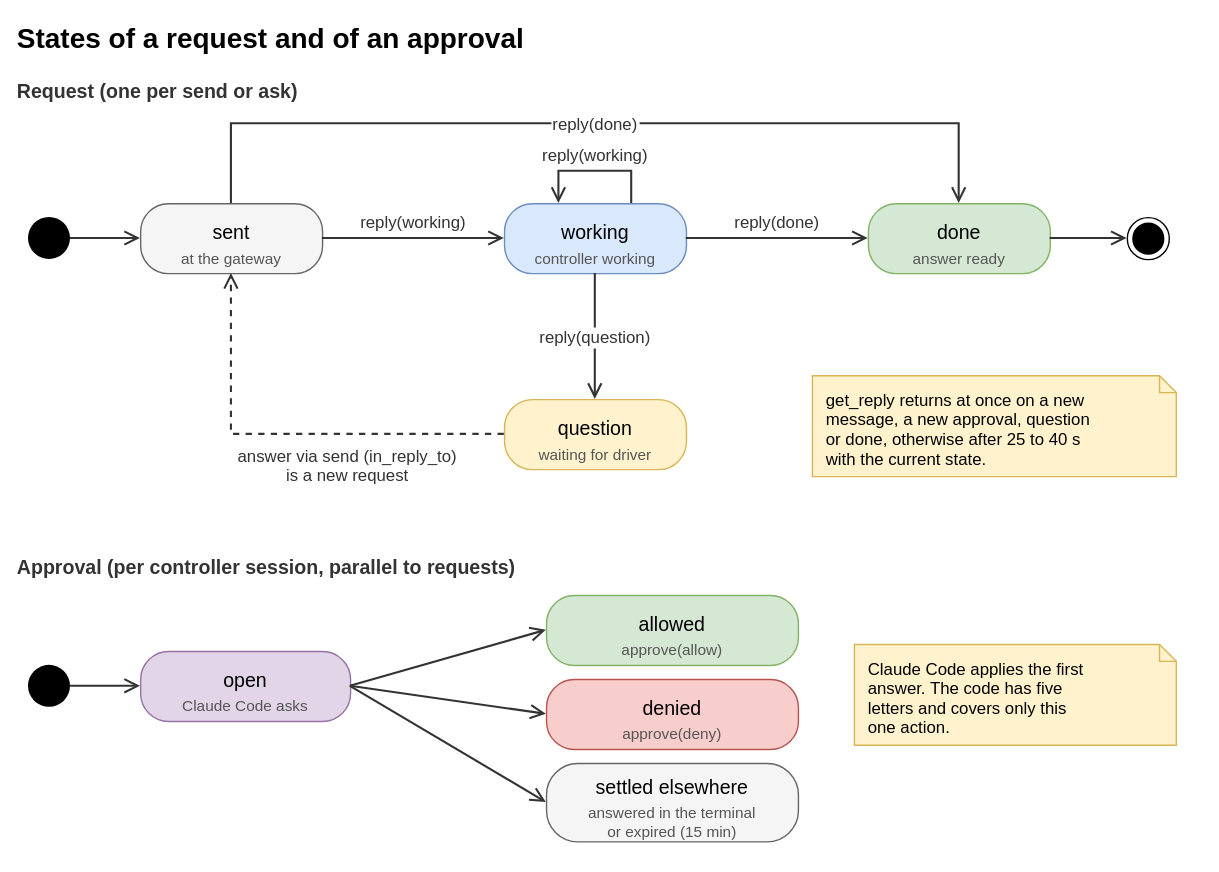
Above: docs/states.drawio.svg in alderg/cc-voice-gateway (draw.io), before the change. Source tidied: cells renumbered, new cells last; positions are measured from the earlier drawing's top-left corner, leaving out a move shared by most shapes.
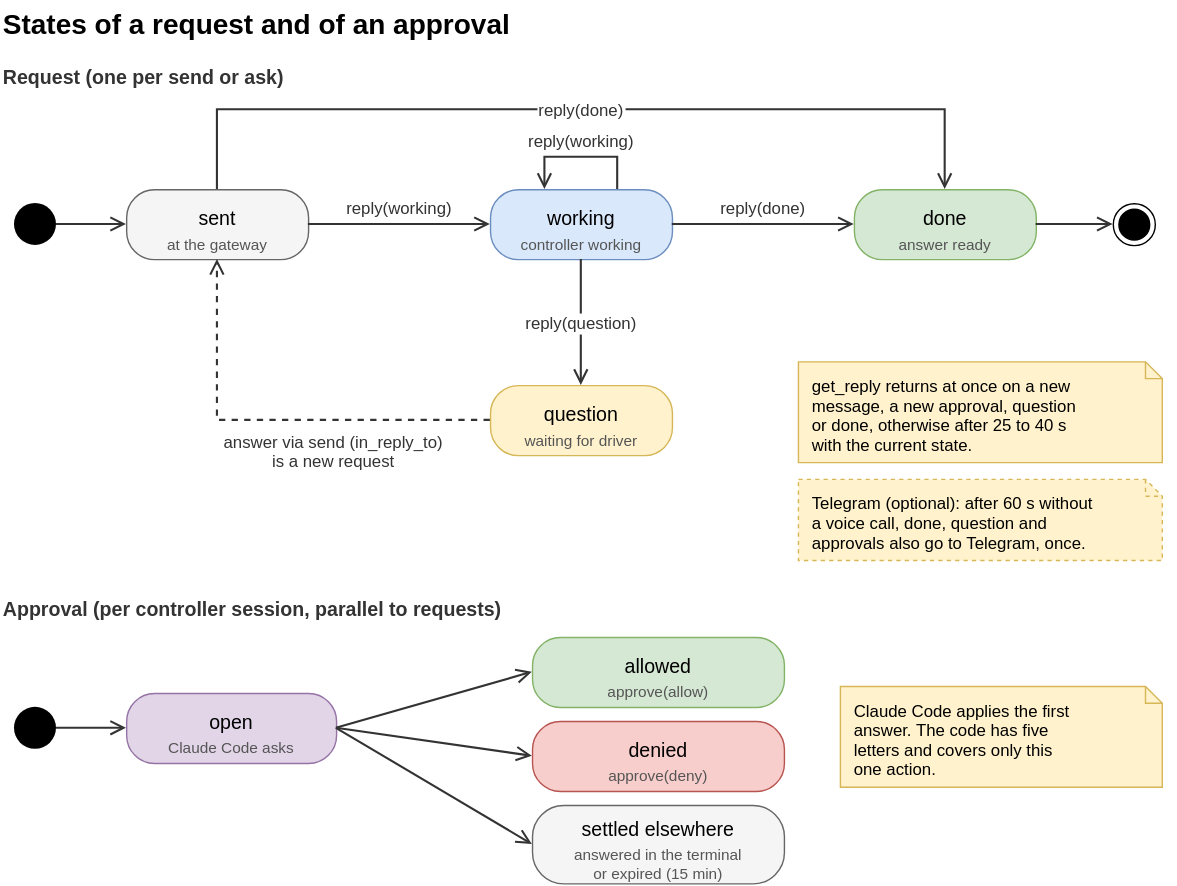
Above is the later version.

Commit message:
README and diagrams: the optional Telegram fallback

Change to the diagram source:
```diff
@@ -41,38 +41,41 @@
     <mxCell id="14" value="get_reply returns at once on a new&#10;message, a new approval, question&#10;or done, otherwise after 25 to 40 s&#10;with the current state." style="shape=note;size=12;html=0;fontSize=12;align=left;verticalAlign=top;spacingLeft=8;spacingTop=4;fillColor=#fff2cc;strokeColor=#d6b656;" parent="1" vertex="1">
       <mxGeometry x="570" y="258" width="260" height="72" as="geometry" />
     </mxCell>
+    <mxCell id="38" value="Telegram (optional): after 60 s without&#10;a voice call, done, question and&#10;approvals also go to Telegram, once." style="shape=note;size=12;html=0;fontSize=12;align=left;verticalAlign=top;spacingLeft=8;spacingTop=4;fillColor=#fff2cc;strokeColor=#d6b656;dashed=1;" parent="1" vertex="1">
+      <mxGeometry x="570" y="342" width="260" height="58" as="geometry" />
+    </mxCell>
     <mxCell id="15" value="Approval (per controller session, parallel to requests)" style="text;html=0;fontSize=14;align=left;verticalAlign=middle;strokeColor=none;fillColor=none;fontStyle=1;fontColor=#333333;" parent="1" vertex="1">
-      <mxGeometry y="382" width="600" height="24" as="geometry" />
+      <mxGeometry y="422" width="600" height="24" as="geometry" />
     </mxCell>
     <mxCell id="16" style="ellipse;html=0;fillColor=#000000;strokeColor=none;" parent="1" vertex="1">
-      <mxGeometry x="10" y="465" width="30" height="30" as="geometry" />
+      <mxGeometry x="10" y="505" width="30" height="30" as="geometry" />
     </mxCell>
     <mxCell id="17" value="open" style="rounded=1;arcSize=40;html=0;fontSize=14;fillColor=#e1d5e7;strokeColor=#9673a6;fontStyle=0;verticalAlign=top;spacingTop=6.5;" parent="1" vertex="1">
-      <mxGeometry x="90" y="455" width="150" height="50" as="geometry" />
+      <mxGeometry x="90" y="495" width="150" height="50" as="geometry" />
     </mxCell>
     <mxCell id="18" value="Claude Code asks" style="text;html=0;fontSize=11;fontColor=#555555;align=center;verticalAlign=top;spacing=0;strokeColor=none;fillColor=none;" parent="17" vertex="1">
       <mxGeometry y="28.3" width="150" height="13.2" as="geometry" />
     </mxCell>
     <mxCell id="19" value="allowed" style="rounded=1;arcSize=40;html=0;fontSize=14;fillColor=#d5e8d4;strokeColor=#82b366;fontStyle=0;verticalAlign=top;spacingTop=6.5;" parent="1" vertex="1">
-      <mxGeometry x="380" y="415" width="180" height="50" as="geometry" />
+      <mxGeometry x="380" y="455" width="180" height="50" as="geometry" />
     </mxCell>
     <mxCell id="20" value="approve(allow)" style="text;html=0;fontSize=11;fontColor=#555555;align=center;verticalAlign=top;spacing=0;strokeColor=none;fillColor=none;" parent="19" vertex="1">
       <mxGeometry y="28.3" width="180" height="13.2" as="geometry" />
     </mxCell>
     <mxCell id="21" value="denied" style="rounded=1;arcSize=40;html=0;fontSize=14;fillColor=#f8cecc;strokeColor=#b85450;fontStyle=0;verticalAlign=top;spacingTop=6.5;" parent="1" vertex="1">
-      <mxGeometry x="380" y="475" width="180" height="50" as="geometry" />
+      <mxGeometry x="380" y="515" width="180" height="50" as="geometry" />
     </mxCell>
     <mxCell id="22" value="approve(deny)" style="text;html=0;fontSize=11;fontColor=#555555;align=center;verticalAlign=top;spacing=0;strokeColor=none;fillColor=none;" parent="21" vertex="1">
       <mxGeometry y="28.3" width="180" height="13.2" as="geometry" />
     </mxCell>
     <mxCell id="23" value="settled elsewhere" style="rounded=1;arcSize=40;html=0;fontSize=14;fillColor=#f5f5f5;strokeColor=#666666;fontStyle=0;verticalAlign=top;spacingTop=2.9;" parent="1" vertex="1">
-      <mxGeometry x="380" y="535" width="180" height="56" as="geometry" />
+      <mxGeometry x="380" y="575" width="180" height="56" as="geometry" />
     </mxCell>
     <mxCell id="24" value="answered in the terminal&#10;or expired (15 min)" style="text;html=0;fontSize=11;fontColor=#555555;align=center;verticalAlign=top;spacing=0;strokeColor=none;fillColor=none;" parent="23" vertex="1">
       <mxGeometry y="24.7" width="180" height="26.4" as="geometry" />
     </mxCell>
     <mxCell id="25" value="Claude Code applies the first&#10;answer. The code has five&#10;letters and covers only this&#10;one action." style="shape=note;size=12;html=0;fontSize=12;align=left;verticalAlign=top;spacingLeft=8;spacingTop=4;fillColor=#fff2cc;strokeColor=#d6b656;" parent="1" vertex="1">
-      <mxGeometry x="600" y="450" width="230" height="72" as="geometry" />
+      <mxGeometry x="600" y="490" width="230" height="72" as="geometry" />
     </mxCell>
     <mxCell id="26" style="edgeStyle=none;rounded=0;html=0;endArrow=open;endFill=0;endSize=8;startArrow=none;strokeColor=#333333;strokeWidth=1.5;fontSize=12;fontColor=#333333;labelBackgroundColor=#ffffff;exitX=1;exitY=0.5;exitDx=0;exitDy=0;entryX=0;entryY=0.5;entryDx=0;entryDy=0;" parent="1" edge="1" source="4" target="5">
       <mxGeometry relative="1" as="geometry" />
```
